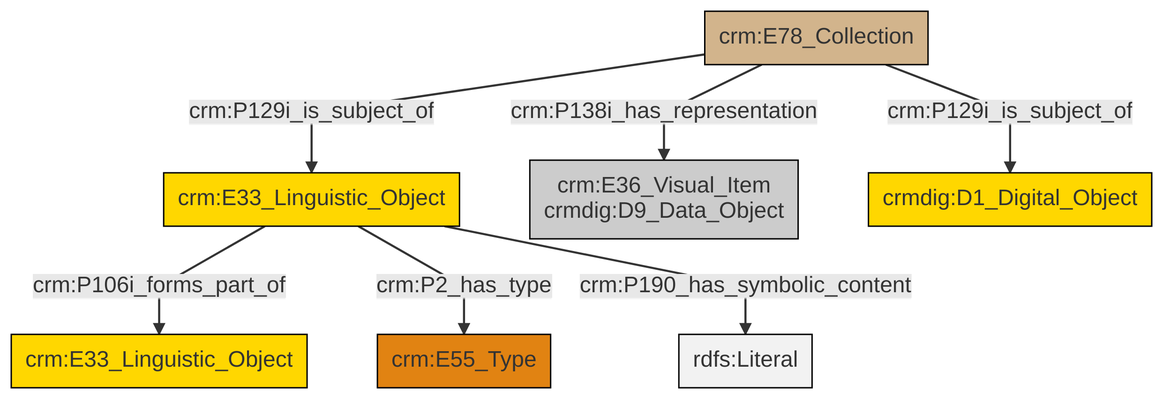
Above: et/archivalCSV/ttl/mmd/png/archival_docs.png in swiss-art-research-net/docs.swissartresearch (Mermaid), before the change. Its source is kept beside it as et/archivalCSV/ttl/mmd/archival_docs.ttl.mmd.
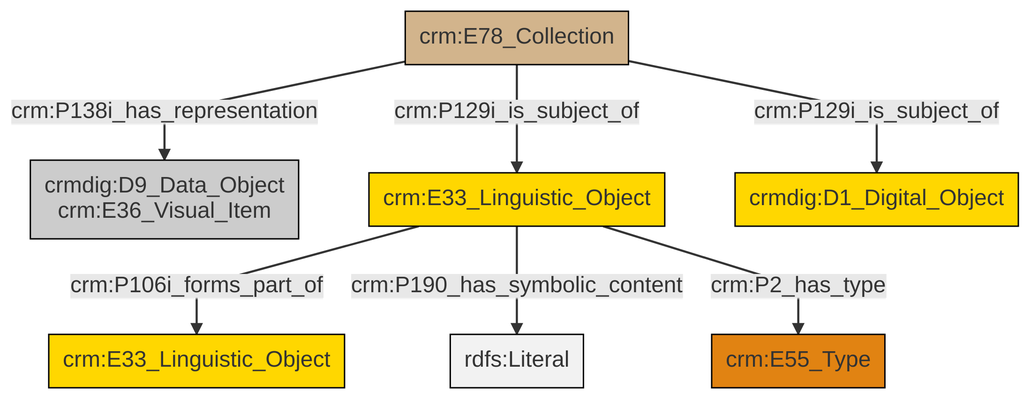
The same diagram one commit later.

Diff of the diagram source:
```diff
@@ -13,9 +13,9 @@
 classDef PC_Classes fill:#4ce600, stroke:#000000;
 classDef Multi fill:#cccccc,stroke:#000000;
 
-0["crm:E33_Linguistic_Object"]:::Conceptual_Object -->|crm:P106i_forms_part_of| 1["crm:E33_Linguistic_Object"]:::Conceptual_Object
-7["crm:E78_Collection"]:::Physical_Thing -->|crm:P138i_has_representation| 3["crm:E36_Visual_Item<br>crmdig:D9_Data_Object"]:::Multi
-0["crm:E33_Linguistic_Object"]:::Conceptual_Object -->|crm:P2_has_type| 5["crm:E55_Type"]:::Type
-0["crm:E33_Linguistic_Object"]:::Conceptual_Object -->|crm:P190_has_symbolic_content| 9[rdfs:Literal]:::Literal
-7["crm:E78_Collection"]:::Physical_Thing -->|crm:P129i_is_subject_of| 0["crm:E33_Linguistic_Object"]:::Conceptual_Object
-7["crm:E78_Collection"]:::Physical_Thing -->|crm:P129i_is_subject_of| 12["crmdig:D1_Digital_Object"]:::Conceptual_Object
+0["crm:E78_Collection"]:::Physical_Thing -->|crm:P138i_has_representation| 1["crmdig:D9_Data_Object<br>crm:E36_Visual_Item"]:::Multi
+2["crm:E33_Linguistic_Object"]:::Conceptual_Object -->|crm:P106i_forms_part_of| 3["crm:E33_Linguistic_Object"]:::Conceptual_Object
+2["crm:E33_Linguistic_Object"]:::Conceptual_Object -->|crm:P190_has_symbolic_content| 5[rdfs:Literal]:::Literal
+2["crm:E33_Linguistic_Object"]:::Conceptual_Object -->|crm:P2_has_type| 6["crm:E55_Type"]:::Type
+0["crm:E78_Collection"]:::Physical_Thing -->|crm:P129i_is_subject_of| 2["crm:E33_Linguistic_Object"]:::Conceptual_Object
+0["crm:E78_Collection"]:::Physical_Thing -->|crm:P129i_is_subject_of| 7["crmdig:D1_Digital_Object"]:::Conceptual_Object
```
